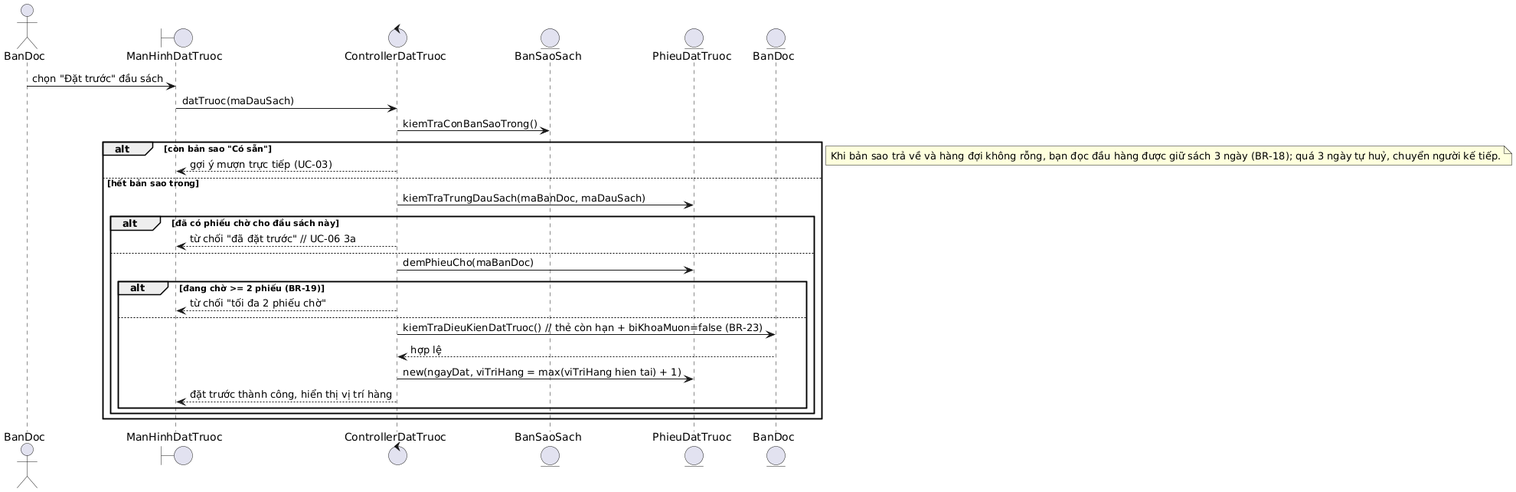
Before: docs/04-thiet-ke/bieu-do-tuan-tu/sd-dat-truoc.png, a diagram exported from PlantUML (mtmtmthehehe/OOAD).
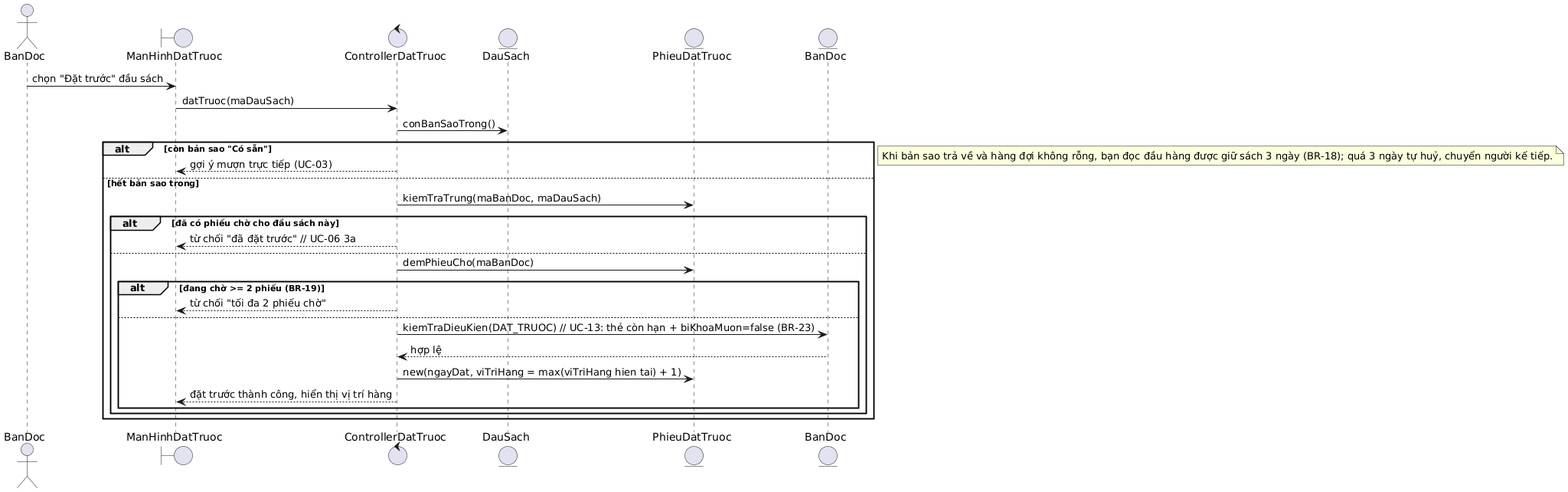
After the commit.

Diff of the diagram source:
```diff
@@ -2,17 +2,17 @@
 actor BanDoc as BD
 boundary ManHinhDatTruoc
 control ControllerDatTruoc
-entity BanSaoSach
+entity DauSach
 entity PhieuDatTruoc
 entity BanDoc
 
 BD -> ManHinhDatTruoc : chọn "Đặt trước" đầu sách
 ManHinhDatTruoc -> ControllerDatTruoc : datTruoc(maDauSach)
-ControllerDatTruoc -> BanSaoSach : kiemTraConBanSaoTrong()
+ControllerDatTruoc -> DauSach : conBanSaoTrong()
 alt còn bản sao "Có sẵn"
   ControllerDatTruoc --> ManHinhDatTruoc : gợi ý mượn trực tiếp (UC-03)
 else hết bản sao trong
-  ControllerDatTruoc -> PhieuDatTruoc : kiemTraTrungDauSach(maBanDoc, maDauSach)
+  ControllerDatTruoc -> PhieuDatTruoc : kiemTraTrung(maBanDoc, maDauSach)
   alt đã có phiếu chờ cho đầu sách này
     ControllerDatTruoc --> ManHinhDatTruoc : từ chối "đã đặt trước" // UC-06 3a
   else
@@ -20,7 +20,7 @@
     alt đang chờ >= 2 phiếu (BR-19)
       ControllerDatTruoc --> ManHinhDatTruoc : từ chối "tối đa 2 phiếu chờ"
     else
-      ControllerDatTruoc -> BanDoc : kiemTraDieuKienDatTruoc() // thẻ còn hạn + biKhoaMuon=false (BR-23)
+      ControllerDatTruoc -> BanDoc : kiemTraDieuKien(DAT_TRUOC) // UC-13: thẻ còn hạn + biKhoaMuon=false (BR-23)
       BanDoc --> ControllerDatTruoc : hợp lệ
       ControllerDatTruoc -> PhieuDatTruoc : new(ngayDat, viTriHang = max(viTriHang hien tai) + 1)
       ControllerDatTruoc --> ManHinhDatTruoc : đặt trước thành công, hiển thị vị trí hàng
```
